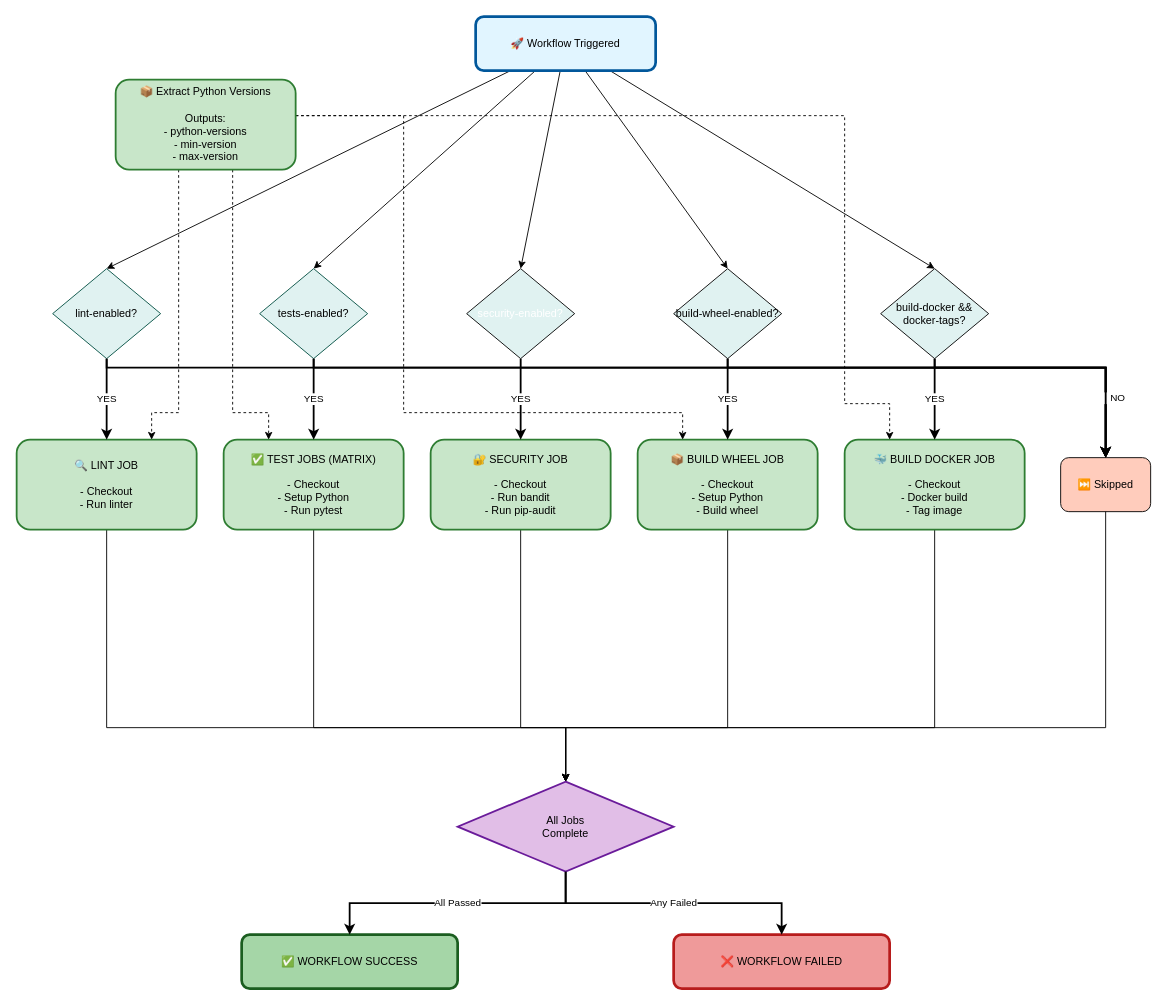
m4nh/shared-cicd keeps this draw.io diagram as .github/workflows/CI-PYTHON-WORKFLOW.drawio. Above is the earlier version. Source tidied: cells renumbered, new cells numbered last; positions are measured from the earlier drawing's top-left corner, leaving out a move shared by most shapes. Both pictures are drawn from the tidied source at 90%, with x=0, y=0 at pixel (16, 16).
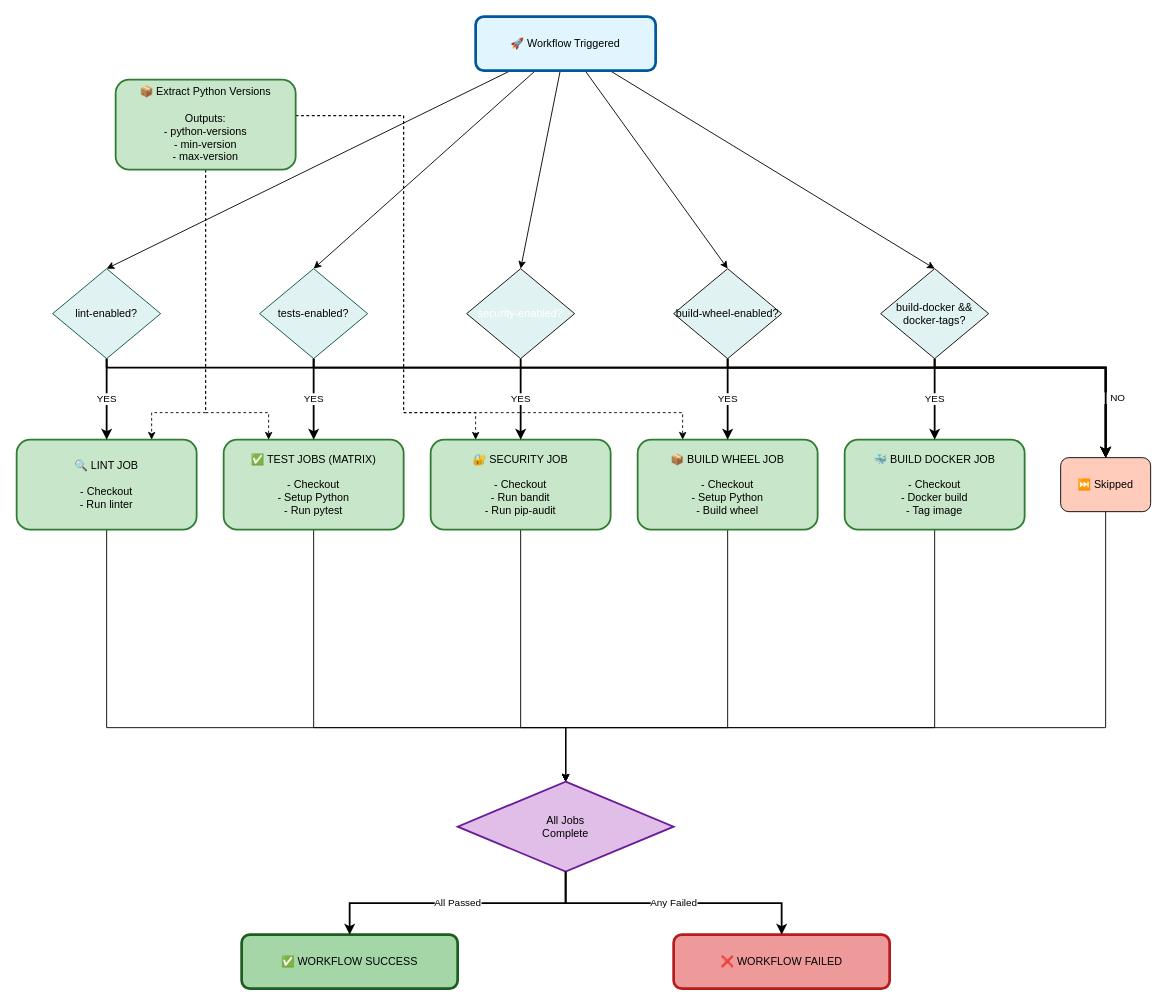
The same diagram, later.

Unchanged cells that the change refers to:
```xml
<mxCell id="13" value="🔍 LINT JOB&lt;br&gt;&lt;br&gt;- Checkout&lt;br&gt;- Run linter" style="rounded=1;whiteSpace=wrap;html=1;fillColor=#c8e6c9;strokeColor=#2e7d32;strokeWidth=2;" parent="1" vertex="1">
  <mxGeometry y="470" width="200" height="100" as="geometry" />
</mxCell>
<mxCell id="17" value="✅ TEST JOBS (MATRIX)&lt;br&gt;&lt;br&gt;- Checkout&lt;br&gt;- Setup Python&lt;br&gt;- Run pytest" style="rounded=1;whiteSpace=wrap;html=1;fillColor=#c8e6c9;strokeColor=#2e7d32;strokeWidth=2;" parent="1" vertex="1">
  <mxGeometry x="230" y="470" width="200" height="100" as="geometry" />
</mxCell>
<mxCell id="21" value="🔐 SECURITY JOB&lt;br&gt;&lt;br&gt;- Checkout&lt;br&gt;- Run bandit&lt;br&gt;- Run pip-audit" style="rounded=1;whiteSpace=wrap;html=1;fillColor=#c8e6c9;strokeColor=#2e7d32;strokeWidth=2;" parent="1" vertex="1">
  <mxGeometry x="460" y="470" width="200" height="100" as="geometry" />
</mxCell>
<mxCell id="45" value="&lt;font&gt;📦 Extract Python Versions&lt;br style=&quot;scrollbar-color: rgb(75, 75, 75) rgb(27, 29, 30);&quot;&gt;&lt;br style=&quot;scrollbar-color: rgb(75, 75, 75) rgb(27, 29, 30);&quot;&gt;Outputs:&lt;br style=&quot;scrollbar-color: rgb(75, 75, 75) rgb(27, 29, 30);&quot;&gt;&lt;font&gt;- python-versions&lt;br style=&quot;scrollbar-color: rgb(75, 75, 75) rgb(27, 29, 30);&quot;&gt;&lt;/font&gt;- min-version&lt;br style=&quot;scrollbar-color: rgb(75, 75, 75) rgb(27, 29, 30);&quot;&gt;- max-version&lt;/font&gt;" style="rounded=1;whiteSpace=wrap;html=1;fillColor=#c8e6c9;strokeColor=#2e7d32;strokeWidth=2;" parent="1" vertex="1">
  <mxGeometry x="110" y="70" width="200" height="100" as="geometry" />
</mxCell>
```

The edit, as a diff of the source:
```diff
@@
     <mxCell id="41" style="edgeStyle=orthogonalEdgeStyle;html=1;entryX=0.25;entryY=0;entryDx=0;entryDy=0;dashed=1;rounded=0;" parent="1" edge="1" source="45" target="17">
       <mxGeometry relative="1" as="geometry">
         <Array as="points">
-          <mxPoint x="240" y="110" />
-          <mxPoint x="240" y="440" />
+          <mxPoint x="210" y="440" />
           <mxPoint x="280" y="440" />
         </Array>
       </mxGeometry>
     </mxCell>
@@
     <mxCell id="43" style="edgeStyle=orthogonalEdgeStyle;html=1;entryX=0.75;entryY=0;entryDx=0;entryDy=0;rounded=0;dashed=1;" parent="1" edge="1" source="45" target="13">
       <mxGeometry relative="1" as="geometry">
         <Array as="points">
-          <mxPoint x="180" y="440" />
+          <mxPoint x="210" y="440" />
           <mxPoint x="150" y="440" />
         </Array>
       </mxGeometry>
     </mxCell>
-    <mxCell id="44" style="edgeStyle=orthogonalEdgeStyle;html=1;dashed=1;strokeColor=default;rounded=0;curved=0;" parent="1" edge="1" source="45">
+    <mxCell id="44" style="edgeStyle=orthogonalEdgeStyle;html=1;dashed=1;strokeColor=default;rounded=0;curved=0;entryX=0.25;entryY=0;entryDx=0;entryDy=0;" parent="1" edge="1" source="45" target="21">
       <mxGeometry relative="1" as="geometry">
-        <mxPoint x="970" y="470" as="targetPoint" />
         <Array as="points">
-          <mxPoint x="920" y="110" />
-          <mxPoint x="920" y="430" />
-          <mxPoint x="970" y="430" />
+          <mxPoint x="430" y="110" />
+          <mxPoint x="430" y="440" />
+          <mxPoint x="510" y="440" />
         </Array>
       </mxGeometry>
     </mxCell>
```
